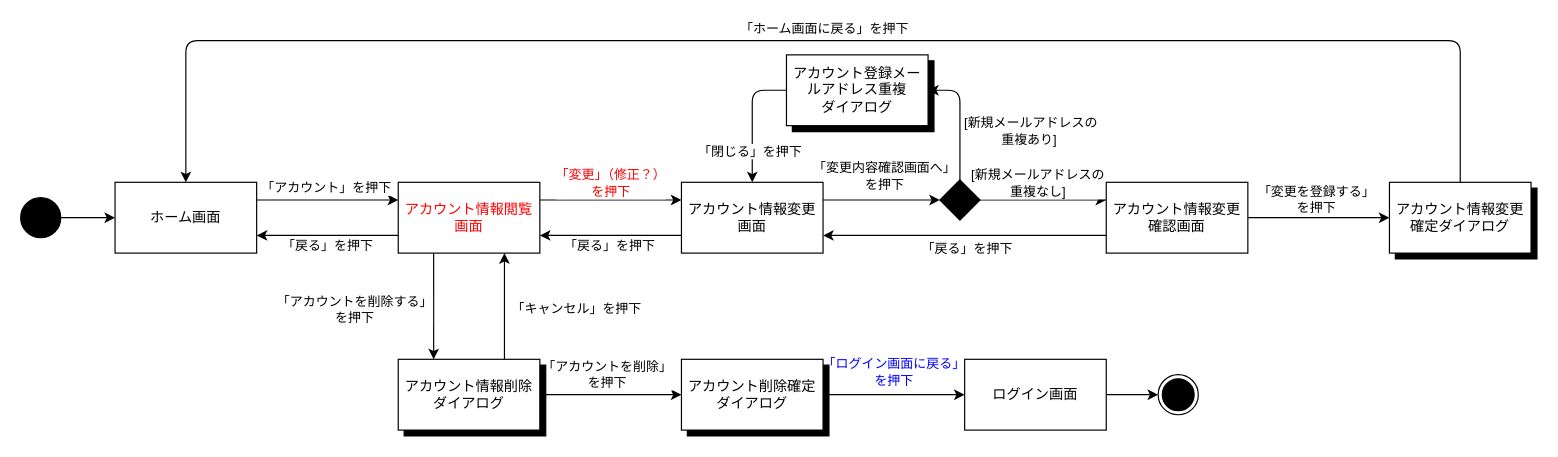
miyong00/ServerProgramming-2026 keeps this draw.io diagram as page "アカウント" (3 of 5) of desing/STD.dio. Above is the earlier version. Source tidied: cells renumbered, new cells numbered last; positions are measured from the earlier drawing's top-left corner, leaving out a move shared by most shapes. Both pictures are drawn from the tidied source at 118%, with x=0, y=0 at pixel (20, 40).
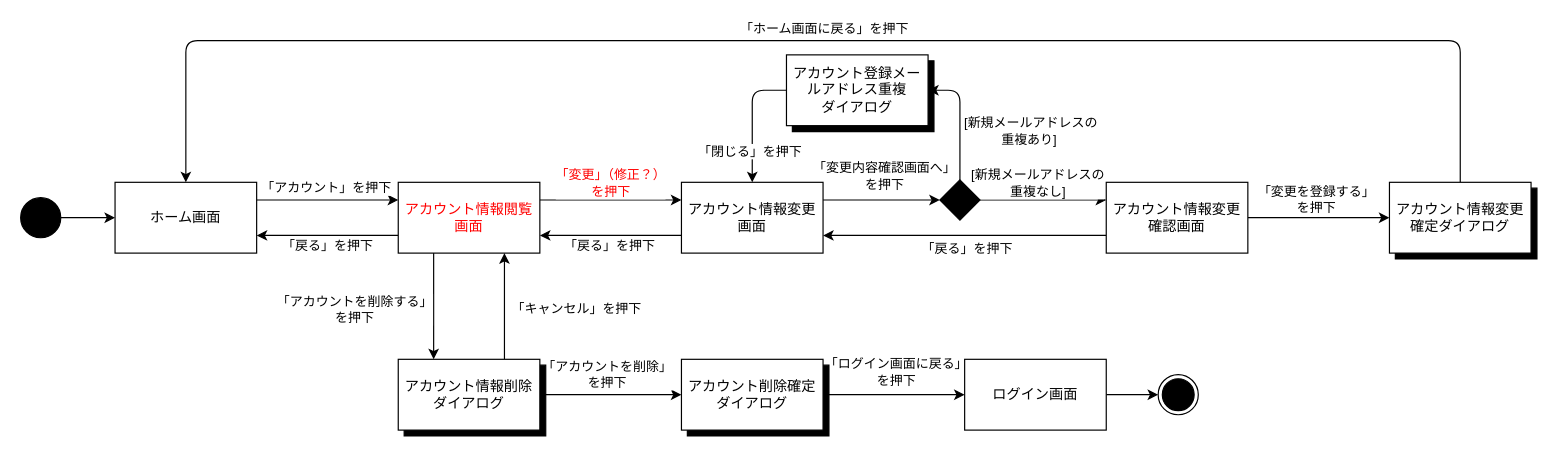
The same diagram, later.

The change refers to these unchanged cells:
```xml
<mxCell id="43" style="edgeStyle=none;html=1;exitX=1;exitY=0.5;exitDx=0;exitDy=0;entryX=0;entryY=0.5;entryDx=0;entryDy=0;" parent="1" edge="1" source="55" target="46">
  <mxGeometry relative="1" as="geometry" />
</mxCell>
```

The edit, as a diff of the source:
```diff
@@
-    <mxCell id="44" value="&lt;span style=&quot;color: rgb(0, 0, 255);&quot;&gt;「ログイン画面に戻る」&lt;/span&gt;&lt;div&gt;&lt;span style=&quot;color: rgb(0, 0, 255);&quot;&gt;を押下&lt;/span&gt;&lt;/div&gt;" style="edgeLabel;html=1;align=center;verticalAlign=middle;" parent="43" vertex="1">
+    <mxCell id="44" value="&lt;span style=&quot;color: rgb(0, 0, 0);&quot;&gt;「ログイン画面に戻る」&lt;/span&gt;&lt;div&gt;&lt;span style=&quot;color: rgb(0, 0, 0);&quot;&gt;を押下&lt;/span&gt;&lt;/div&gt;" style="edgeLabel;html=1;align=center;verticalAlign=middle;" parent="43" vertex="1">
       <mxGeometry x="-0.01" y="1" relative="1" as="geometry">
-        <mxPoint y="-19" as="offset" />
+        <mxPoint x="2" y="-19" as="offset" />
       </mxGeometry>
     </mxCell>
```
